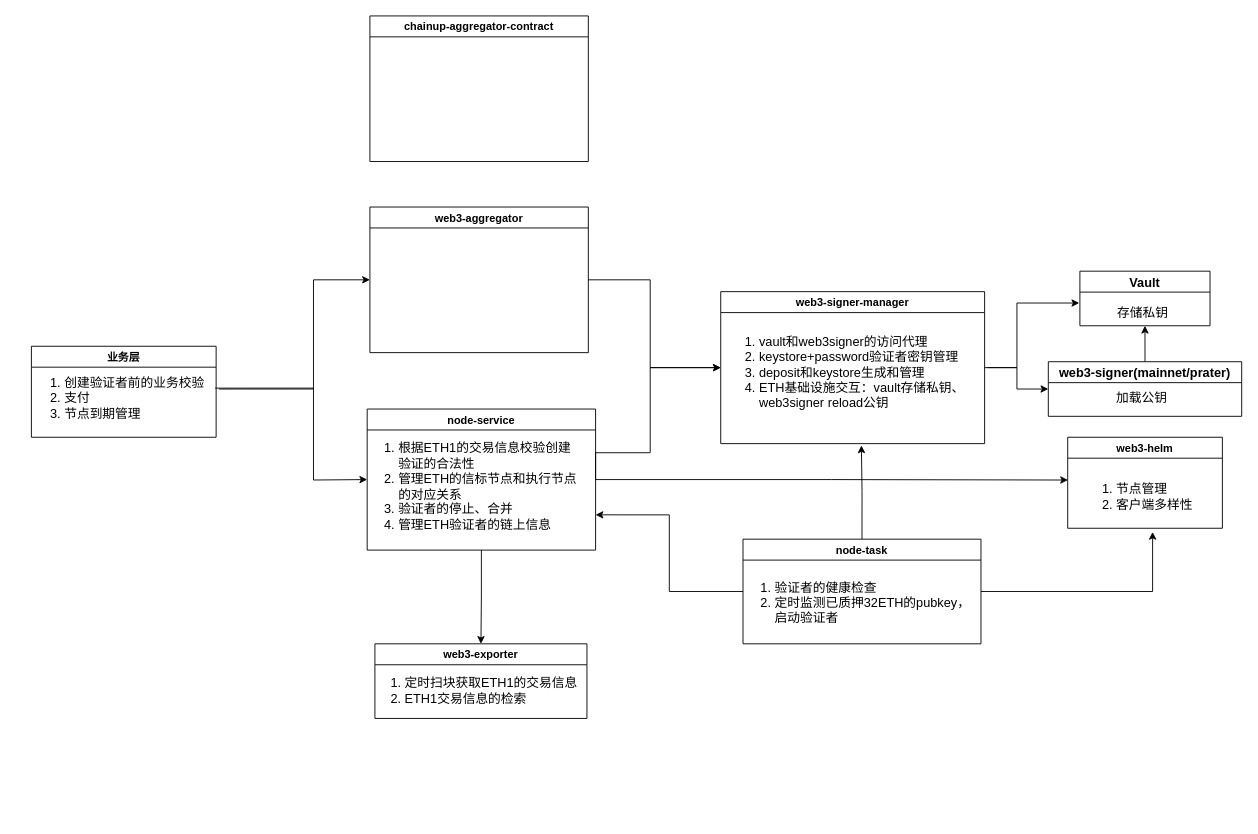
Earlier version of the draw.io diagram page "ETH2流程" (1 of 3) of project/web3/ETH2流程.drawio (duktig666/draw.io). Source tidied: cells renumbered, new cells numbered last; positions are measured from the earlier drawing's top-left corner, leaving out a move shared by most shapes. Both pictures are drawn from the tidied source at 91%, with x=0, y=0 at pixel (15, 15).
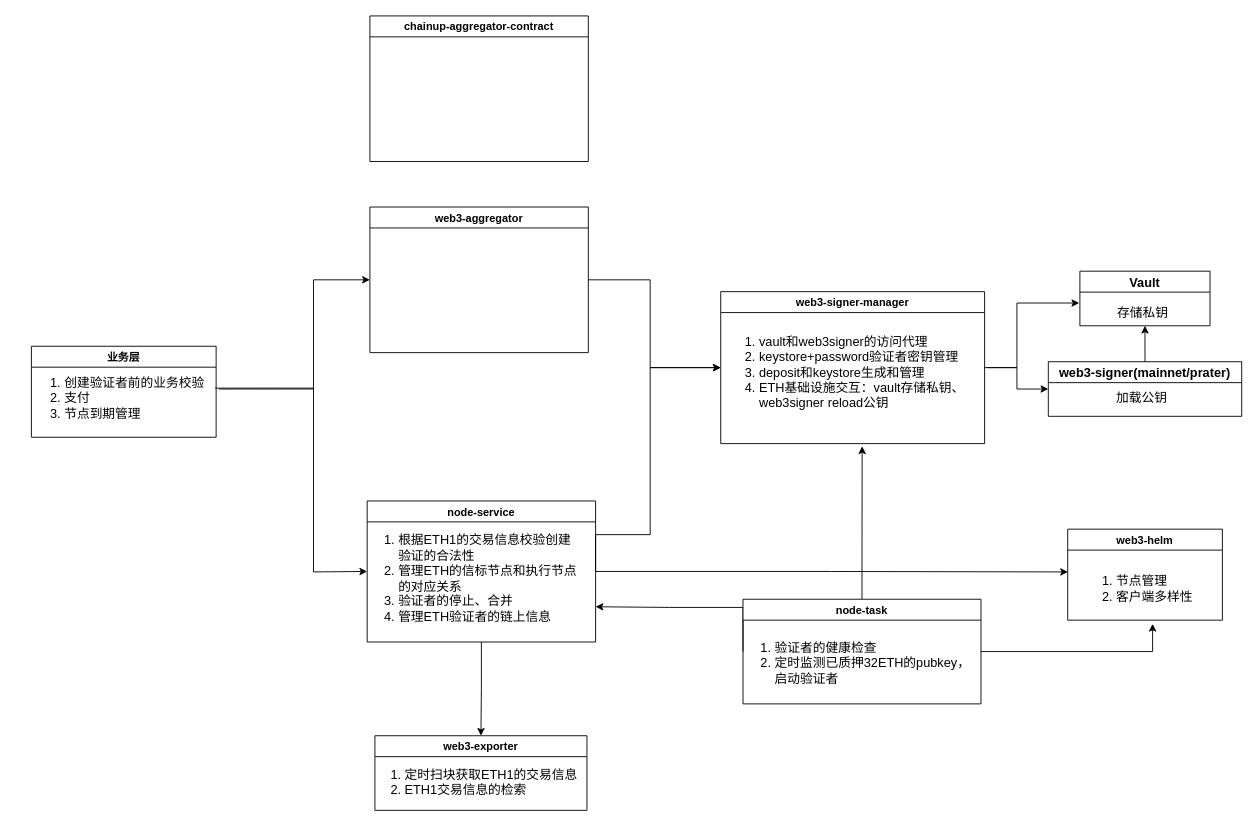
The same diagram, later.

The change refers to these unchanged cells:
```xml
<mxCell id="4" value="web3-signer-manager" style="swimlane;" parent="1" vertex="1">
  <mxGeometry x="774.5" y="303" width="290" height="167" as="geometry" />
</mxCell>
<mxCell id="5" value="&lt;ol&gt;&lt;li&gt;&lt;font style=&quot;font-size: 14px;&quot;&gt;vault和web3signer的访问代理&lt;/font&gt;&lt;/li&gt;&lt;li&gt;&lt;font style=&quot;font-size: 14px;&quot;&gt;keystore+password验证者密钥管理&lt;br&gt;&lt;/font&gt;&lt;/li&gt;&lt;li&gt;&lt;font style=&quot;font-size: 14px;&quot;&gt;deposit和keystore生成和管理&lt;/font&gt;&lt;/li&gt;&lt;li&gt;&lt;font style=&quot;font-size: 14px;&quot;&gt;ETH基础设施交互：vault存储私钥、&lt;br&gt;web3signer reload公钥&lt;/font&gt;&lt;/li&gt;&lt;/ol&gt;&lt;font style=&quot;font-size: 12px;&quot;&gt;&lt;br&gt;&lt;/font&gt;" style="text;html=1;align=left;verticalAlign=middle;points=[];strokeColor=none;fillColor=none;fontSize=14;" parent="4" vertex="1">
  <mxGeometry y="27" width="290" height="140" as="geometry" />
</mxCell>
<mxCell id="7" value="&lt;ol&gt;&lt;li&gt;创建验证者前的业务校验&lt;/li&gt;&lt;li style=&quot;text-align: left;&quot;&gt;支付&lt;/li&gt;&lt;li style=&quot;text-align: left;&quot;&gt;节点到期管理&lt;/li&gt;&lt;/ol&gt;" style="text;html=1;align=center;verticalAlign=middle;points=[];strokeColor=none;fillColor=none;fontSize=14;" parent="6" vertex="1">
  <mxGeometry x="-17" y="12" width="220" height="90" as="geometry" />
</mxCell>
<mxCell id="31" value="&lt;ol&gt;&lt;li style=&quot;text-align: left;&quot;&gt;节点管理&lt;/li&gt;&lt;li style=&quot;text-align: left;&quot;&gt;客户端多样性&lt;/li&gt;&lt;/ol&gt;" style="text;html=1;align=center;verticalAlign=middle;points=[];strokeColor=none;fillColor=none;fontSize=14;" parent="30" vertex="1">
  <mxGeometry y="25" width="150" height="80" as="geometry" />
</mxCell>
```

The edit, as a diff of the source:
```diff
@@
     <mxCell id="8" style="edgeStyle=orthogonalEdgeStyle;rounded=0;jettySize=auto;html=1;exitX=1;exitY=0.5;exitDx=0;exitDy=0;entryX=0;entryY=0.5;entryDx=0;entryDy=0;fontSize=14;" parent="1" edge="1" source="11" target="4">
       <mxGeometry relative="1" as="geometry">
         <Array as="points">
-          <mxPoint x="637" y="480" />
-          <mxPoint x="697" y="480" />
+          <mxPoint x="637" y="570" />
+          <mxPoint x="697" y="570" />
           <mxPoint x="697" y="387" />
         </Array>
       </mxGeometry>
     </mxCell>
@@
-    <mxCell id="10" style="edgeStyle=orthogonalEdgeStyle;rounded=0;jettySize=auto;html=1;exitX=1;exitY=0.5;exitDx=0;exitDy=0;fontSize=14;entryX=0.002;entryY=0.275;entryDx=0;entryDy=0;entryPerimeter=0;" parent="1" edge="1" source="11" target="31">
+    <mxCell id="10" style="edgeStyle=orthogonalEdgeStyle;rounded=0;jettySize=auto;html=1;exitX=1;exitY=0.5;exitDx=0;exitDy=0;entryX=0.002;entryY=0.275;entryDx=0;entryDy=0;entryPerimeter=0;fontSize=14;" parent="1" edge="1" source="11" target="31">
       <mxGeometry relative="1" as="geometry" />
     </mxCell>
     <mxCell id="11" value="node-service" style="swimlane;" parent="1" vertex="1">
-      <mxGeometry x="386" y="432" width="251" height="155" as="geometry" />
+      <mxGeometry x="386" y="533" width="251" height="155" as="geometry" />
     </mxCell>
@@
-    <mxCell id="13" style="edgeStyle=orthogonalEdgeStyle;rounded=0;jettySize=auto;html=1;exitX=0.5;exitY=0;exitDx=0;exitDy=0;entryX=0.533;entryY=1.014;entryDx=0;entryDy=0;entryPerimeter=0;fontSize=14;" parent="1" edge="1" source="16" target="5">
+    <mxCell id="13" style="edgeStyle=orthogonalEdgeStyle;rounded=0;jettySize=auto;html=1;exitX=0.5;exitY=0;exitDx=0;exitDy=0;entryX=0.536;entryY=1.021;entryDx=0;entryDy=0;entryPerimeter=0;fontSize=14;" parent="1" edge="1" source="16" target="5">
       <mxGeometry relative="1" as="geometry" />
     </mxCell>
     <mxCell id="14" style="edgeStyle=orthogonalEdgeStyle;rounded=0;jettySize=auto;html=1;exitX=0;exitY=0.5;exitDx=0;exitDy=0;entryX=1;entryY=0.75;entryDx=0;entryDy=0;fontSize=14;" parent="1" edge="1" source="16" target="11">
-      <mxGeometry relative="1" as="geometry" />
+      <mxGeometry relative="1" as="geometry">
+        <Array as="points">
+          <mxPoint x="799" y="650" />
+          <mxPoint x="718" y="650" />
+        </Array>
+      </mxGeometry>
     </mxCell>
@@
     <mxCell id="16" value="node-task" style="swimlane;" parent="1" vertex="1">
-      <mxGeometry x="799" y="575" width="261.5" height="115" as="geometry" />
+      <mxGeometry x="799" y="641" width="261.5" height="115" as="geometry" />
     </mxCell>
@@
     <mxCell id="18" value="web3-exporter" style="swimlane;" parent="1" vertex="1">
-      <mxGeometry x="394.5" y="690" width="233" height="82" as="geometry" />
+      <mxGeometry x="394.5" y="791" width="233" height="82" as="geometry" />
     </mxCell>
@@
     <mxCell id="24" style="endArrow=classic;html=1;rounded=0;fontSize=14;exitX=0.995;exitY=0.378;exitDx=0;exitDy=0;exitPerimeter=0;entryX=0;entryY=0.5;entryDx=0;entryDy=0;" parent="1" edge="1" source="7" target="11">
       <mxGeometry relative="1" as="geometry">
         <Array as="points">
           <mxPoint x="327" y="409" />
-          <mxPoint x="327" y="510" />
+          <mxPoint x="327" y="611" />
         </Array>
       </mxGeometry>
     </mxCell>
@@
     <mxCell id="30" value="web3-helm" style="swimlane;startSize=23;" parent="1" vertex="1">
-      <mxGeometry x="1155.8" y="463" width="170" height="100" as="geometry" />
+      <mxGeometry x="1155.8" y="564" width="170" height="100" as="geometry" />
     </mxCell>
```
